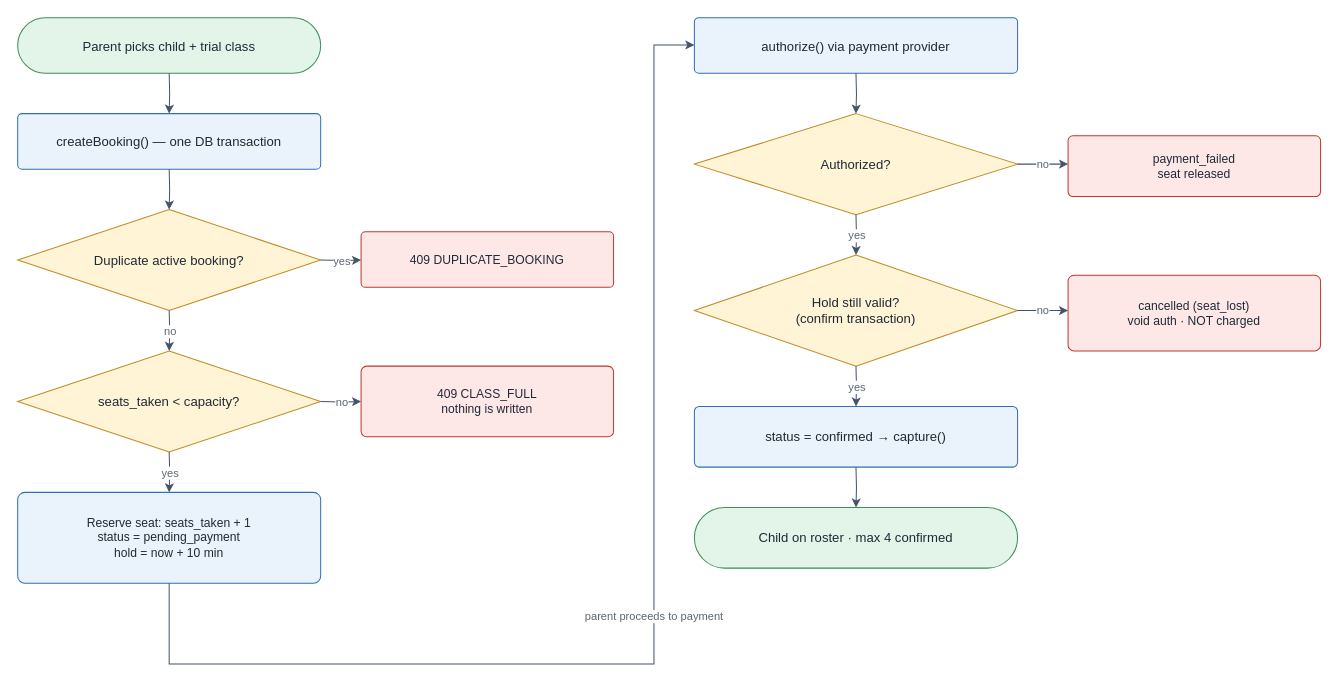
Before: page "3. System flow - booking and payment" (3 of 7) of docs/diagrams.drawio in syahmiSani/poc-trial-booking, a draw.io diagram. Source tidied: cells renumbered, new cells numbered last; positions are measured from the earlier drawing's top-left corner, leaving out a move shared by most shapes. Both pictures are drawn from the tidied source at 101%, with x=0, y=0 at pixel (17, 17).
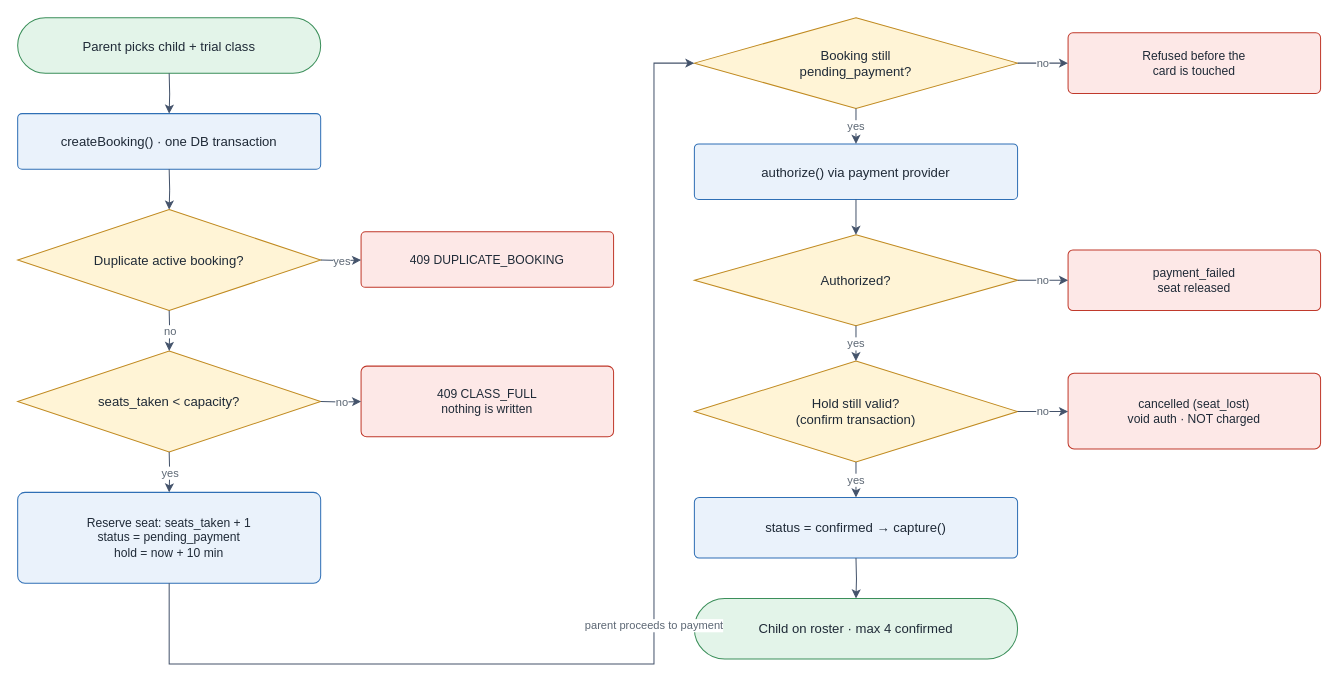
After the change.

The edit, as a diff of the source:
```diff
@@
-    <mxCell id="3" value="createBooking()  —  one DB transaction" style="rounded=1;whiteSpace=wrap;html=1;arcSize=8;fillColor=#EAF2FB;strokeColor=#2F6FB5;fontColor=#1F2A37;fontSize=13;" parent="1" vertex="1">
+    <mxCell id="3" value="createBooking()  ·  one DB transaction" style="rounded=1;whiteSpace=wrap;html=1;arcSize=8;fillColor=#EAF2FB;strokeColor=#2F6FB5;fontColor=#1F2A37;fontSize=13;" parent="1" vertex="1">
       <mxGeometry y="95" width="300" height="55" as="geometry" />
     </mxCell>
@@
+    <mxCell id="29" value="Booking still&lt;br&gt;pending_payment?" style="rhombus;whiteSpace=wrap;html=1;fillColor=#FFF4D6;strokeColor=#C08A20;fontColor=#1F2A37;fontSize=13;" parent="1" vertex="1">
+      <mxGeometry x="670" width="320" height="90" as="geometry" />
+    </mxCell>
     <mxCell id="9" value="authorize()  via payment provider" style="rounded=1;whiteSpace=wrap;html=1;arcSize=8;fillColor=#EAF2FB;strokeColor=#2F6FB5;fontColor=#1F2A37;fontSize=13;" parent="1" vertex="1">
-      <mxGeometry x="670" width="320" height="55" as="geometry" />
+      <mxGeometry x="670" y="125" width="320" height="55" as="geometry" />
     </mxCell>
     <mxCell id="10" value="Authorized?" style="rhombus;whiteSpace=wrap;html=1;fillColor=#FFF4D6;strokeColor=#C08A20;fontColor=#1F2A37;fontSize=13;" parent="1" vertex="1">
-      <mxGeometry x="670" y="95" width="320" height="100" as="geometry" />
+      <mxGeometry x="670" y="215" width="320" height="90" as="geometry" />
     </mxCell>
     <mxCell id="11" value="Hold still valid?&lt;br&gt;(confirm transaction)" style="rhombus;whiteSpace=wrap;html=1;fillColor=#FFF4D6;strokeColor=#C08A20;fontColor=#1F2A37;fontSize=13;" parent="1" vertex="1">
-      <mxGeometry x="670" y="235" width="320" height="110" as="geometry" />
+      <mxGeometry x="670" y="340" width="320" height="100" as="geometry" />
     </mxCell>
     <mxCell id="12" value="status = confirmed   →   capture()" style="rounded=1;whiteSpace=wrap;html=1;arcSize=8;fillColor=#EAF2FB;strokeColor=#2F6FB5;fontColor=#1F2A37;fontSize=13;" parent="1" vertex="1">
-      <mxGeometry x="670" y="385" width="320" height="60" as="geometry" />
+      <mxGeometry x="670" y="475" width="320" height="60" as="geometry" />
     </mxCell>
     <mxCell id="13" value="Child on roster  ·  max 4 confirmed" style="rounded=1;whiteSpace=wrap;html=1;arcSize=50;fillColor=#E3F4E9;strokeColor=#3B8F5A;fontColor=#1F2A37;fontSize=13;" parent="1" vertex="1">
-      <mxGeometry x="670" y="485" width="320" height="60" as="geometry" />
+      <mxGeometry x="670" y="575" width="320" height="60" as="geometry" />
     </mxCell>
+    <mxCell id="30" value="Refused before the&lt;br&gt;card is touched" style="rounded=1;whiteSpace=wrap;html=1;arcSize=8;fillColor=#FDE8E7;strokeColor=#C0392B;fontColor=#1F2A37;fontSize=12;" parent="1" vertex="1">
+      <mxGeometry x="1040" y="15" width="250" height="60" as="geometry" />
+    </mxCell>
     <mxCell id="14" value="payment_failed&lt;br&gt;seat released" style="rounded=1;whiteSpace=wrap;html=1;arcSize=8;fillColor=#FDE8E7;strokeColor=#C0392B;fontColor=#1F2A37;fontSize=12;" parent="1" vertex="1">
-      <mxGeometry x="1040" y="117" width="250" height="60" as="geometry" />
+      <mxGeometry x="1040" y="230" width="250" height="60" as="geometry" />
     </mxCell>
     <mxCell id="15" value="cancelled (seat_lost)&lt;br&gt;void auth · NOT charged" style="rounded=1;whiteSpace=wrap;html=1;arcSize=8;fillColor=#FDE8E7;strokeColor=#C0392B;fontColor=#1F2A37;fontSize=12;" parent="1" vertex="1">
-      <mxGeometry x="1040" y="255" width="250" height="75" as="geometry" />
+      <mxGeometry x="1040" y="352" width="250" height="75" as="geometry" />
     </mxCell>
@@
     <mxCell id="22" value="parent proceeds to payment" style="edgeStyle=orthogonalEdgeStyle;rounded=0;html=1;jettySize=auto;strokeColor=#44536B;fontColor=#5B6673;fontSize=11;" parent="1" edge="1">
       <mxGeometry relative="1" as="geometry">
         <mxPoint x="150" y="560" as="sourcePoint" />
-        <mxPoint x="670" y="27" as="targetPoint" />
+        <mxPoint x="670" y="45" as="targetPoint" />
         <Array as="points">
           <mxPoint x="150" y="640" />
           <mxPoint x="630" y="640" />
-          <mxPoint x="630" y="27" />
+          <mxPoint x="630" y="45" />
         </Array>
       </mxGeometry>
     </mxCell>
-    <mxCell id="23" style="edgeStyle=orthogonalEdgeStyle;rounded=0;html=1;jettySize=auto;strokeColor=#44536B;fontColor=#5B6673;fontSize=11;" parent="1" edge="1">
+    <mxCell id="23" value="no" style="edgeStyle=orthogonalEdgeStyle;rounded=0;html=1;jettySize=auto;strokeColor=#44536B;fontColor=#5B6673;fontSize=11;" parent="1" edge="1">
       <mxGeometry relative="1" as="geometry">
-        <mxPoint x="830" y="55" as="sourcePoint" />
-        <mxPoint x="830" y="95" as="targetPoint" />
+        <mxPoint x="990" y="45" as="sourcePoint" />
+        <mxPoint x="1040" y="45" as="targetPoint" />
       </mxGeometry>
     </mxCell>
-    <mxCell id="24" value="no" style="edgeStyle=orthogonalEdgeStyle;rounded=0;html=1;jettySize=auto;strokeColor=#44536B;fontColor=#5B6673;fontSize=11;" parent="1" edge="1">
+    <mxCell id="24" value="yes" style="edgeStyle=orthogonalEdgeStyle;rounded=0;html=1;jettySize=auto;strokeColor=#44536B;fontColor=#5B6673;fontSize=11;" parent="1" edge="1">
       <mxGeometry relative="1" as="geometry">
-        <mxPoint x="990" y="145" as="sourcePoint" />
-        <mxPoint x="1040" y="145" as="targetPoint" />
+        <mxPoint x="830" y="90" as="sourcePoint" />
+        <mxPoint x="830" y="125" as="targetPoint" />
       </mxGeometry>
     </mxCell>
-    <mxCell id="25" value="yes" style="edgeStyle=orthogonalEdgeStyle;rounded=0;html=1;jettySize=auto;strokeColor=#44536B;fontColor=#5B6673;fontSize=11;" parent="1" edge="1">
+    <mxCell id="25" style="edgeStyle=orthogonalEdgeStyle;rounded=0;html=1;jettySize=auto;strokeColor=#44536B;fontColor=#5B6673;fontSize=11;" parent="1" edge="1">
       <mxGeometry relative="1" as="geometry">
-        <mxPoint x="830" y="195" as="sourcePoint" />
-        <mxPoint x="830" y="235" as="targetPoint" />
+        <mxPoint x="830" y="180" as="sourcePoint" />
+        <mxPoint x="830" y="215" as="targetPoint" />
       </mxGeometry>
     </mxCell>
     <mxCell id="26" value="no" style="edgeStyle=orthogonalEdgeStyle;rounded=0;html=1;jettySize=auto;strokeColor=#44536B;fontColor=#5B6673;fontSize=11;" parent="1" edge="1">
       <mxGeometry relative="1" as="geometry">
-        <mxPoint x="990" y="290" as="sourcePoint" />
-        <mxPoint x="1040" y="290" as="targetPoint" />
+        <mxPoint x="990" y="260" as="sourcePoint" />
+        <mxPoint x="1040" y="260" as="targetPoint" />
       </mxGeometry>
     </mxCell>
     <mxCell id="27" value="yes" style="edgeStyle=orthogonalEdgeStyle;rounded=0;html=1;jettySize=auto;strokeColor=#44536B;fontColor=#5B6673;fontSize=11;" parent="1" edge="1">
       <mxGeometry relative="1" as="geometry">
-        <mxPoint x="830" y="345" as="sourcePoint" />
-        <mxPoint x="830" y="385" as="targetPoint" />
+        <mxPoint x="830" y="305" as="sourcePoint" />
+        <mxPoint x="830" y="340" as="targetPoint" />
       </mxGeometry>
     </mxCell>
-    <mxCell id="28" style="edgeStyle=orthogonalEdgeStyle;rounded=0;html=1;jettySize=auto;strokeColor=#44536B;fontColor=#5B6673;fontSize=11;" parent="1" edge="1">
+    <mxCell id="28" value="no" style="edgeStyle=orthogonalEdgeStyle;rounded=0;html=1;jettySize=auto;strokeColor=#44536B;fontColor=#5B6673;fontSize=11;" parent="1" edge="1">
       <mxGeometry relative="1" as="geometry">
-        <mxPoint x="830" y="445" as="sourcePoint" />
-        <mxPoint x="830" y="485" as="targetPoint" />
+        <mxPoint x="990" y="390" as="sourcePoint" />
+        <mxPoint x="1040" y="390" as="targetPoint" />
       </mxGeometry>
     </mxCell>
+    <mxCell id="31" value="yes" style="edgeStyle=orthogonalEdgeStyle;rounded=0;html=1;jettySize=auto;strokeColor=#44536B;fontColor=#5B6673;fontSize=11;" parent="1" edge="1">
+      <mxGeometry relative="1" as="geometry">
+        <mxPoint x="830" y="440" as="sourcePoint" />
+        <mxPoint x="830" y="475" as="targetPoint" />
+      </mxGeometry>
+    </mxCell>
+    <mxCell id="32" style="edgeStyle=orthogonalEdgeStyle;rounded=0;html=1;jettySize=auto;strokeColor=#44536B;fontColor=#5B6673;fontSize=11;" parent="1" edge="1">
+      <mxGeometry relative="1" as="geometry">
+        <mxPoint x="830" y="535" as="sourcePoint" />
+        <mxPoint x="830" y="575" as="targetPoint" />
+      </mxGeometry>
+    </mxCell>
```
